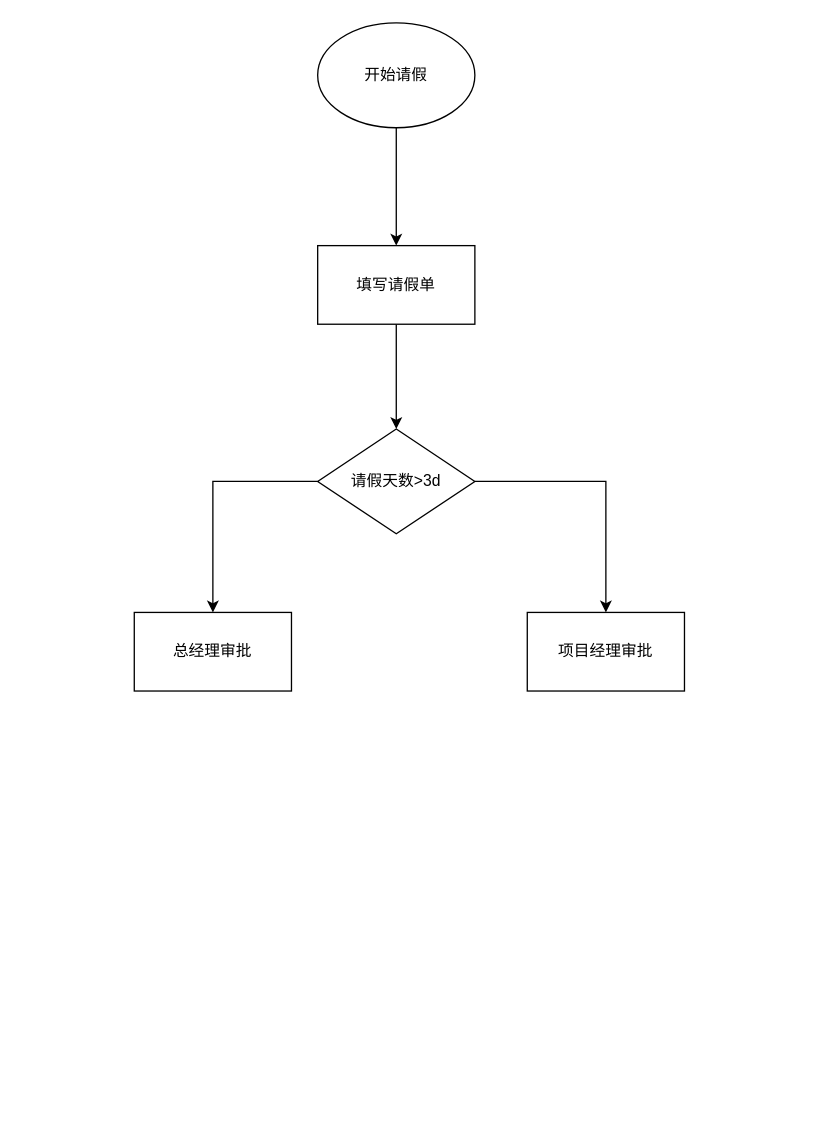
Above: 未命名绘图.drawio in mono2048/draw.io (draw.io), before the change. Source tidied: cells renumbered, new cells numbered last; positions are measured from the earlier drawing's top-left corner, leaving out a move shared by most shapes. Both pictures are drawn from the tidied source at 131%, with x=0, y=0 at pixel (29, 22).
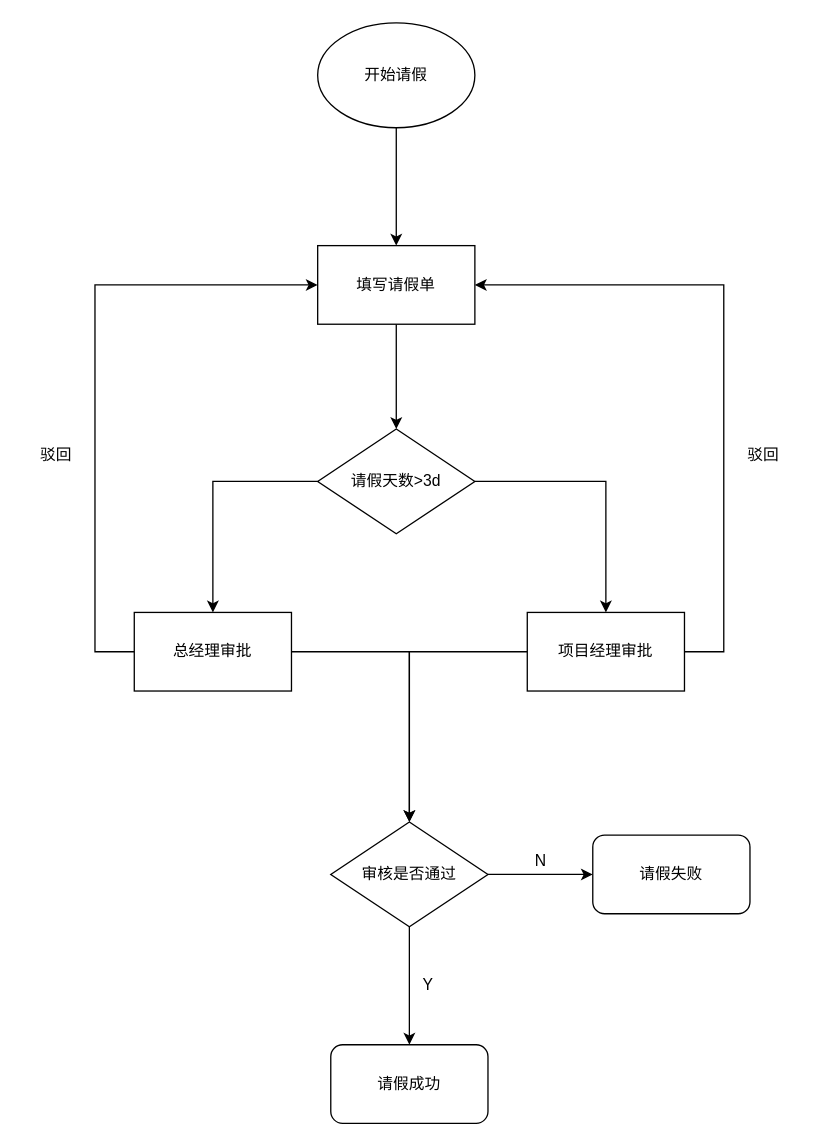
The same page after the edit.

Unchanged cells that the change refers to:
```xml
<mxCell id="6" value="填写请假单" style="whiteSpace=wrap;html=1;" parent="1" vertex="1">
  <mxGeometry x="220" y="170" width="120" height="60" as="geometry" />
</mxCell>
<mxCell id="10" value="项目经理审批" style="whiteSpace=wrap;html=1;" parent="1" vertex="1">
  <mxGeometry x="380" y="450" width="120" height="60" as="geometry" />
</mxCell>
<mxCell id="11" value="总经理审批" style="whiteSpace=wrap;html=1;" parent="1" vertex="1">
  <mxGeometry x="80" y="450" width="120" height="60" as="geometry" />
</mxCell>
```

Diff of the diagram source:
```diff
@@
+    <mxCell id="12" style="edgeStyle=orthogonalEdgeStyle;rounded=0;jettySize=auto;html=1;entryX=1;entryY=0.5;entryDx=0;entryDy=0;" parent="1" edge="1" source="10" target="6">
+      <mxGeometry relative="1" as="geometry">
+        <Array as="points">
+          <mxPoint x="530" y="480" />
+          <mxPoint x="530" y="200" />
+        </Array>
+      </mxGeometry>
+    </mxCell>
+    <mxCell id="13" style="edgeStyle=orthogonalEdgeStyle;rounded=0;jettySize=auto;html=1;entryX=0.5;entryY=0;entryDx=0;entryDy=0;" parent="1" edge="1" source="10" target="20">
+      <mxGeometry relative="1" as="geometry" />
+    </mxCell>
@@
+    <mxCell id="14" style="edgeStyle=orthogonalEdgeStyle;rounded=0;jettySize=auto;html=1;entryX=0;entryY=0.5;entryDx=0;entryDy=0;" parent="1" edge="1" source="11" target="6">
+      <mxGeometry relative="1" as="geometry">
+        <Array as="points">
+          <mxPoint x="50" y="480" />
+          <mxPoint x="50" y="200" />
+        </Array>
+      </mxGeometry>
+    </mxCell>
+    <mxCell id="15" style="edgeStyle=orthogonalEdgeStyle;rounded=0;jettySize=auto;html=1;" parent="1" edge="1" source="11" target="20">
+      <mxGeometry relative="1" as="geometry" />
+    </mxCell>
@@
+    <mxCell id="16" value="驳回" style="text;html=1;align=center;verticalAlign=middle;strokeColor=none;fillColor=none;" parent="1" vertex="1">
+      <mxGeometry x="-5" y="315" width="50" height="30" as="geometry" />
+    </mxCell>
+    <mxCell id="17" value="驳回" style="text;html=1;align=center;verticalAlign=middle;strokeColor=none;fillColor=none;" parent="1" vertex="1">
+      <mxGeometry x="535" y="315" width="50" height="30" as="geometry" />
+    </mxCell>
+    <mxCell id="18" style="edgeStyle=orthogonalEdgeStyle;rounded=0;jettySize=auto;html=1;" parent="1" edge="1" source="20" target="21">
+      <mxGeometry relative="1" as="geometry" />
+    </mxCell>
+    <mxCell id="19" style="edgeStyle=orthogonalEdgeStyle;rounded=0;jettySize=auto;html=1;" parent="1" edge="1" source="20" target="22">
+      <mxGeometry relative="1" as="geometry" />
+    </mxCell>
+    <mxCell id="20" value="审核是否通过" style="rhombus;whiteSpace=wrap;html=1;" parent="1" vertex="1">
+      <mxGeometry x="230" y="610" width="120" height="80" as="geometry" />
+    </mxCell>
+    <mxCell id="21" value="请假成功" style="rounded=1;whiteSpace=wrap;html=1;" parent="1" vertex="1">
+      <mxGeometry x="230" y="780" width="120" height="60" as="geometry" />
+    </mxCell>
+    <mxCell id="22" value="请假失败" style="rounded=1;whiteSpace=wrap;html=1;" parent="1" vertex="1">
+      <mxGeometry x="430" y="620" width="120" height="60" as="geometry" />
+    </mxCell>
+    <mxCell id="23" value="N" style="text;html=1;align=center;verticalAlign=middle;strokeColor=none;fillColor=none;" parent="1" vertex="1">
+      <mxGeometry x="375" y="625" width="30" height="30" as="geometry" />
+    </mxCell>
+    <mxCell id="24" value="Y" style="text;html=1;align=center;verticalAlign=middle;strokeColor=none;fillColor=none;" parent="1" vertex="1">
+      <mxGeometry x="289" y="720" width="30" height="30" as="geometry" />
+    </mxCell>
```
